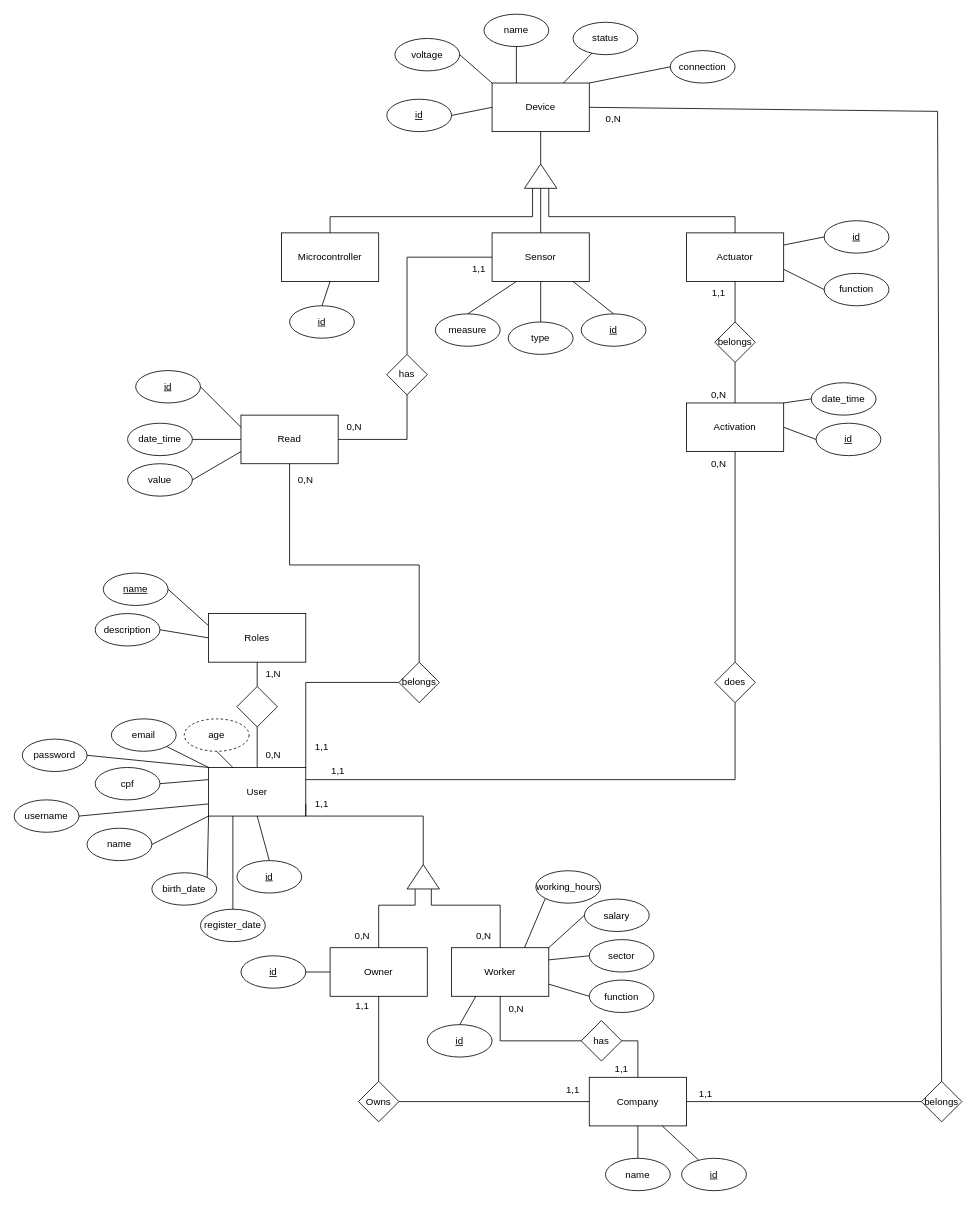
The draw.io diagram ModelagemBD-MM.drawio in Mutznch/MarcosManagements, before the edit. Source tidied: cells renumbered, new cells numbered last; positions are measured from the earlier drawing's top-left corner, leaving out a move shared by most shapes. Both pictures are drawn from the tidied source at 81%, with x=0, y=0 at pixel (14, 14).
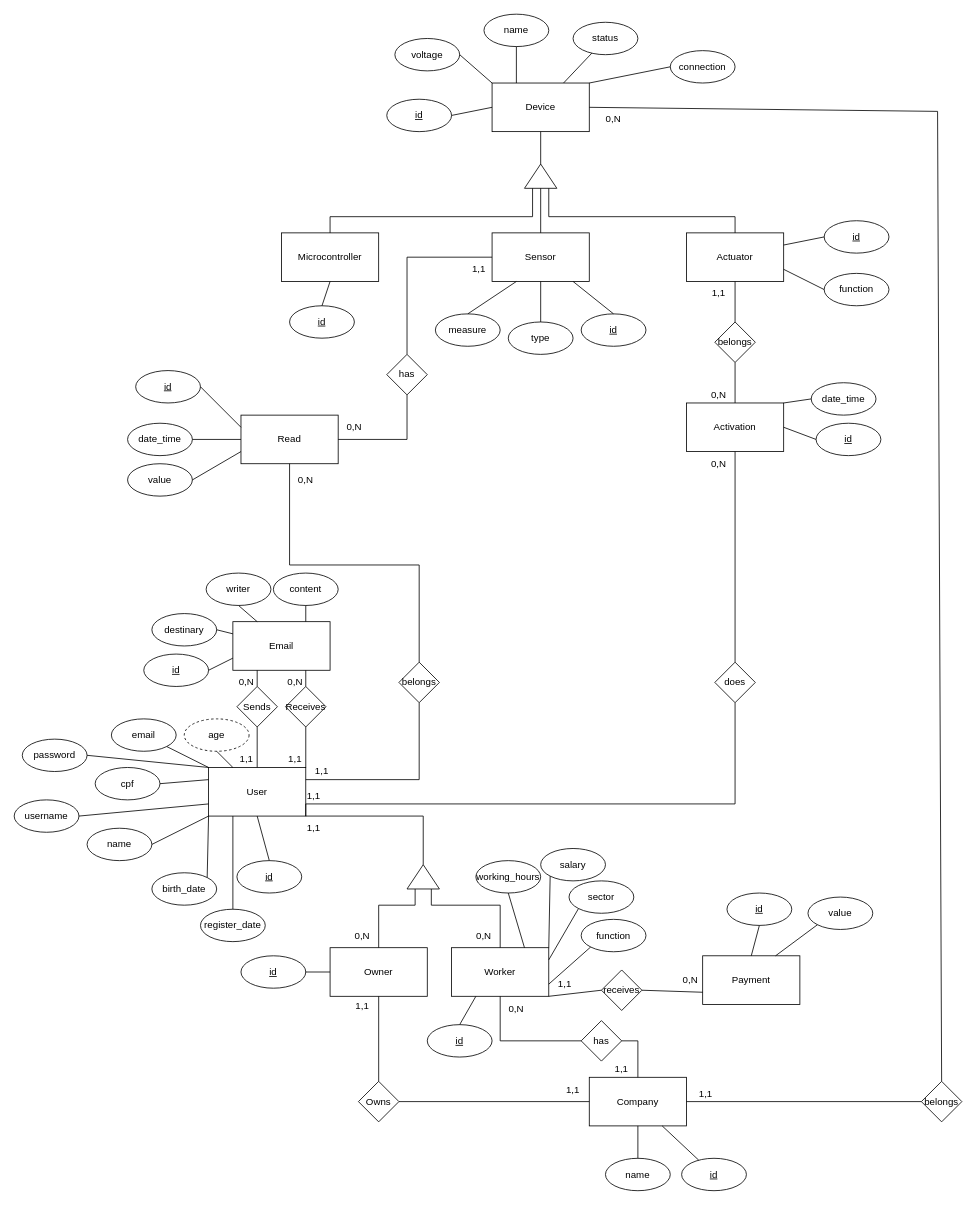
The same diagram, later.

Commit message:
modelo conceitual atualizado

Unchanged cells that the change refers to:
```xml
<mxCell id="2" value="User" style="rounded=0;whiteSpace=wrap;html=1;" parent="1" vertex="1">
  <mxGeometry x="240" y="930" width="120" height="60" as="geometry" />
</mxCell>
<mxCell id="28" value="Worker" style="rounded=0;whiteSpace=wrap;html=1;" parent="1" vertex="1">
  <mxGeometry x="540" y="1152.5" width="120" height="60" as="geometry" />
</mxCell>
<mxCell id="103" value="belongs" style="rhombus;whiteSpace=wrap;html=1;" parent="1" vertex="1">
  <mxGeometry x="475" y="800" width="50" height="50" as="geometry" />
</mxCell>
<mxCell id="106" value="does" style="rhombus;whiteSpace=wrap;html=1;" parent="1" vertex="1">
  <mxGeometry x="865" y="800" width="50" height="50" as="geometry" />
</mxCell>
```

Change to the diagram source:
```diff
@@
-    <mxCell id="3" value="Roles" style="rounded=0;whiteSpace=wrap;html=1;" parent="1" vertex="1">
-      <mxGeometry x="240" y="740" width="120" height="60" as="geometry" />
-    </mxCell>
@@
-    <mxCell id="5" value="&lt;u&gt;name&lt;/u&gt;" style="ellipse;whiteSpace=wrap;html=1;" parent="1" vertex="1">
-      <mxGeometry x="110" y="690" width="80" height="40" as="geometry" />
-    </mxCell>
@@
-    <mxCell id="13" style="rhombus;whiteSpace=wrap;html=1;" parent="1" vertex="1">
-      <mxGeometry x="275" y="830" width="50" height="50" as="geometry" />
-    </mxCell>
-    <mxCell id="14" style="endArrow=none;html=1;rounded=0;exitX=0.5;exitY=0;exitDx=0;exitDy=0;" parent="1" edge="1" source="2">
-      <mxGeometry relative="1" as="geometry">
-        <mxPoint x="300" y="880" as="targetPoint" />
-      </mxGeometry>
-    </mxCell>
-    <mxCell id="15" style="endArrow=none;html=1;rounded=0;exitX=0.5;exitY=0;exitDx=0;exitDy=0;" parent="1" edge="1" source="13">
-      <mxGeometry relative="1" as="geometry">
-        <mxPoint x="300" y="800" as="targetPoint" />
-      </mxGeometry>
-    </mxCell>
@@
-    <mxCell id="17" value="description" style="ellipse;whiteSpace=wrap;html=1;" parent="1" vertex="1">
-      <mxGeometry x="100" y="740" width="80" height="40" as="geometry" />
-    </mxCell>
-    <mxCell id="18" style="endArrow=none;html=1;rounded=0;entryX=1;entryY=0.5;entryDx=0;entryDy=0;exitX=0;exitY=0.5;exitDx=0;exitDy=0;" parent="1" edge="1" source="3" target="17">
-      <mxGeometry relative="1" as="geometry" />
-    </mxCell>
-    <mxCell id="19" style="endArrow=none;html=1;rounded=0;exitX=1;exitY=0.5;exitDx=0;exitDy=0;entryX=0;entryY=0.25;entryDx=0;entryDy=0;" parent="1" edge="1" source="5" target="3">
-      <mxGeometry relative="1" as="geometry" />
-    </mxCell>
@@
-    <mxCell id="26" value="1,N" style="text;html=1;strokeColor=none;fillColor=none;align=center;verticalAlign=middle;whiteSpace=wrap;rounded=0;" parent="1" vertex="1">
-      <mxGeometry x="290" y="800" width="60" height="30" as="geometry" />
-    </mxCell>
-    <mxCell id="27" value="0,N" style="text;html=1;strokeColor=none;fillColor=none;align=center;verticalAlign=middle;whiteSpace=wrap;rounded=0;" parent="1" vertex="1">
-      <mxGeometry x="290" y="900" width="60" height="30" as="geometry" />
-    </mxCell>
@@
     <mxCell id="33" value="function" style="ellipse;whiteSpace=wrap;html=1;" parent="1" vertex="1">
-      <mxGeometry x="710" y="1192.5" width="80" height="40" as="geometry" />
+      <mxGeometry x="700" y="1117.5" width="80" height="40" as="geometry" />
     </mxCell>
     <mxCell id="34" value="sector" style="ellipse;whiteSpace=wrap;html=1;" parent="1" vertex="1">
-      <mxGeometry x="710" y="1142.5" width="80" height="40" as="geometry" />
+      <mxGeometry x="685" y="1070" width="80" height="40" as="geometry" />
     </mxCell>
     <mxCell id="35" value="working_hours" style="ellipse;whiteSpace=wrap;html=1;" parent="1" vertex="1">
-      <mxGeometry x="644" y="1057.5" width="80" height="40" as="geometry" />
+      <mxGeometry x="570" y="1045" width="80" height="40" as="geometry" />
     </mxCell>
@@
     <mxCell id="41" value="salary" style="ellipse;whiteSpace=wrap;html=1;" parent="1" vertex="1">
-      <mxGeometry x="704" y="1092.5" width="80" height="40" as="geometry" />
+      <mxGeometry x="650" y="1030" width="80" height="40" as="geometry" />
     </mxCell>
@@
-    <mxCell id="49" style="endArrow=none;html=1;rounded=0;exitX=0;exitY=1;exitDx=0;exitDy=0;entryX=0.75;entryY=0;entryDx=0;entryDy=0;" parent="1" edge="1" source="35" target="28">
+    <mxCell id="49" style="endArrow=none;html=1;rounded=0;exitX=0.5;exitY=1;exitDx=0;exitDy=0;entryX=0.75;entryY=0;entryDx=0;entryDy=0;" parent="1" edge="1" source="35" target="28">
       <mxGeometry relative="1" as="geometry" />
     </mxCell>
@@
-    <mxCell id="51" style="endArrow=none;html=1;rounded=0;entryX=1;entryY=0.75;entryDx=0;entryDy=0;exitX=0;exitY=0.5;exitDx=0;exitDy=0;" parent="1" edge="1" source="33" target="28">
+    <mxCell id="51" style="endArrow=none;html=1;rounded=0;entryX=1;entryY=0.75;entryDx=0;entryDy=0;exitX=0;exitY=1;exitDx=0;exitDy=0;" parent="1" edge="1" source="33" target="28">
       <mxGeometry relative="1" as="geometry" />
     </mxCell>
-    <mxCell id="52" style="endArrow=none;html=1;rounded=0;entryX=0;entryY=0.5;entryDx=0;entryDy=0;exitX=1;exitY=0.25;exitDx=0;exitDy=0;" parent="1" edge="1" source="28" target="34">
+    <mxCell id="52" style="endArrow=none;html=1;rounded=0;entryX=0;entryY=1;entryDx=0;entryDy=0;exitX=1;exitY=0.25;exitDx=0;exitDy=0;" parent="1" edge="1" source="28" target="34">
       <mxGeometry relative="1" as="geometry" />
     </mxCell>
-    <mxCell id="53" style="endArrow=none;html=1;rounded=0;entryX=0;entryY=0.5;entryDx=0;entryDy=0;exitX=1;exitY=0;exitDx=0;exitDy=0;" parent="1" edge="1" source="28" target="41">
+    <mxCell id="53" style="endArrow=none;html=1;rounded=0;entryX=0;entryY=1;entryDx=0;entryDy=0;exitX=1;exitY=0;exitDx=0;exitDy=0;" parent="1" edge="1" source="28" target="41">
       <mxGeometry relative="1" as="geometry" />
     </mxCell>
     <mxCell id="54" value="1,1" style="text;html=1;strokeColor=none;fillColor=none;align=center;verticalAlign=middle;whiteSpace=wrap;rounded=0;" parent="1" vertex="1">
-      <mxGeometry x="350" y="960" width="60" height="30" as="geometry" />
+      <mxGeometry x="340" y="990" width="60" height="30" as="geometry" />
     </mxCell>
@@
-    <mxCell id="105" style="endArrow=none;html=1;rounded=0;exitX=0;exitY=0.5;exitDx=0;exitDy=0;entryX=1;entryY=0;entryDx=0;entryDy=0;" parent="1" edge="1" source="103" target="2">
+    <mxCell id="105" style="endArrow=none;html=1;rounded=0;exitX=0.5;exitY=1;exitDx=0;exitDy=0;entryX=1;entryY=0.25;entryDx=0;entryDy=0;" parent="1" edge="1" source="103" target="2">
       <mxGeometry relative="1" as="geometry">
         <Array as="points">
-          <mxPoint x="360" y="825" />
+          <mxPoint x="500" y="945" />
         </Array>
       </mxGeometry>
     </mxCell>
@@
-    <mxCell id="108" style="endArrow=none;html=1;rounded=0;exitX=1;exitY=0.25;exitDx=0;exitDy=0;entryX=0.5;entryY=1;entryDx=0;entryDy=0;" parent="1" edge="1" source="2" target="106">
+    <mxCell id="108" style="endArrow=none;html=1;rounded=0;exitX=1;exitY=0.75;exitDx=0;exitDy=0;entryX=0.5;entryY=1;entryDx=0;entryDy=0;" parent="1" edge="1" source="2" target="106">
       <mxGeometry relative="1" as="geometry">
         <Array as="points">
-          <mxPoint x="890" y="945" />
+          <mxPoint x="890" y="975" />
         </Array>
       </mxGeometry>
     </mxCell>
     <mxCell id="109" value="1,1" style="text;html=1;strokeColor=none;fillColor=none;align=center;verticalAlign=middle;whiteSpace=wrap;rounded=0;" parent="1" vertex="1">
-      <mxGeometry x="350" y="890" width="60" height="30" as="geometry" />
+      <mxGeometry x="350" y="920" width="60" height="30" as="geometry" />
     </mxCell>
@@
     <mxCell id="111" value="1,1" style="text;html=1;strokeColor=none;fillColor=none;align=center;verticalAlign=middle;whiteSpace=wrap;rounded=0;" parent="1" vertex="1">
-      <mxGeometry x="370" y="920" width="60" height="30" as="geometry" />
+      <mxGeometry x="340" y="950" width="60" height="30" as="geometry" />
     </mxCell>
@@
+    <mxCell id="135" value="Payment" style="rounded=0;whiteSpace=wrap;html=1;" parent="1" vertex="1">
+      <mxGeometry x="850" y="1162.5" width="120" height="60" as="geometry" />
+    </mxCell>
+    <mxCell id="136" value="&lt;u&gt;id&lt;/u&gt;" style="ellipse;whiteSpace=wrap;html=1;" parent="1" vertex="1">
+      <mxGeometry x="880" y="1085" width="80" height="40" as="geometry" />
+    </mxCell>
+    <mxCell id="137" value="value" style="ellipse;whiteSpace=wrap;html=1;" parent="1" vertex="1">
+      <mxGeometry x="980" y="1090" width="80" height="40" as="geometry" />
+    </mxCell>
+    <mxCell id="138" value="receives" style="rhombus;whiteSpace=wrap;html=1;" parent="1" vertex="1">
+      <mxGeometry x="725" y="1180" width="50" height="50" as="geometry" />
+    </mxCell>
+    <mxCell id="139" style="endArrow=none;html=1;rounded=0;entryX=1;entryY=1;entryDx=0;entryDy=0;exitX=0;exitY=0.5;exitDx=0;exitDy=0;" parent="1" edge="1" source="138" target="28">
+      <mxGeometry relative="1" as="geometry" />
+    </mxCell>
+    <mxCell id="140" style="endArrow=none;html=1;rounded=0;entryX=0;entryY=0.75;entryDx=0;entryDy=0;exitX=1;exitY=0.5;exitDx=0;exitDy=0;" parent="1" edge="1" source="138" target="135">
+      <mxGeometry relative="1" as="geometry" />
+    </mxCell>
+    <mxCell id="141" value="0,N" style="text;html=1;strokeColor=none;fillColor=none;align=center;verticalAlign=middle;whiteSpace=wrap;rounded=0;" parent="1" vertex="1">
+      <mxGeometry x="805" y="1177.5" width="60" height="30" as="geometry" />
+    </mxCell>
+    <mxCell id="142" value="1,1" style="text;html=1;strokeColor=none;fillColor=none;align=center;verticalAlign=middle;whiteSpace=wrap;rounded=0;" parent="1" vertex="1">
+      <mxGeometry x="650" y="1182.5" width="60" height="30" as="geometry" />
+    </mxCell>
+    <mxCell id="143" style="endArrow=none;html=1;rounded=0;entryX=0.5;entryY=1;entryDx=0;entryDy=0;exitX=0.5;exitY=0;exitDx=0;exitDy=0;" parent="1" edge="1" source="135" target="136">
+      <mxGeometry relative="1" as="geometry" />
+    </mxCell>
+    <mxCell id="144" style="endArrow=none;html=1;rounded=0;entryX=0;entryY=1;entryDx=0;entryDy=0;exitX=0.75;exitY=0;exitDx=0;exitDy=0;" parent="1" edge="1" source="135" target="137">
+      <mxGeometry relative="1" as="geometry" />
+    </mxCell>
+    <mxCell id="145" value="Email" style="rounded=0;whiteSpace=wrap;html=1;" parent="1" vertex="1">
+      <mxGeometry x="270" y="750" width="120" height="60" as="geometry" />
+    </mxCell>
+    <mxCell id="146" value="Receives" style="rhombus;whiteSpace=wrap;html=1;" parent="1" vertex="1">
+      <mxGeometry x="335" y="830" width="50" height="50" as="geometry" />
+    </mxCell>
+    <mxCell id="147" value="Sends" style="rhombus;whiteSpace=wrap;html=1;" parent="1" vertex="1">
+      <mxGeometry x="275" y="830" width="50" height="50" as="geometry" />
+    </mxCell>
+    <mxCell id="148" style="endArrow=none;html=1;rounded=0;entryX=0.5;entryY=0;entryDx=0;entryDy=0;exitX=0.5;exitY=1;exitDx=0;exitDy=0;" parent="1" edge="1" source="147" target="2">
+      <mxGeometry relative="1" as="geometry" />
+    </mxCell>
+    <mxCell id="149" style="endArrow=none;html=1;rounded=0;entryX=1;entryY=0;entryDx=0;entryDy=0;" parent="1" edge="1" source="146" target="2">
+      <mxGeometry relative="1" as="geometry" />
+    </mxCell>
+    <mxCell id="150" style="endArrow=none;html=1;rounded=0;entryX=0.25;entryY=1;entryDx=0;entryDy=0;exitX=0.5;exitY=0;exitDx=0;exitDy=0;" parent="1" edge="1" source="147" target="145">
+      <mxGeometry relative="1" as="geometry" />
+    </mxCell>
+    <mxCell id="151" style="endArrow=none;html=1;rounded=0;entryX=0.75;entryY=1;entryDx=0;entryDy=0;exitX=0.5;exitY=0;exitDx=0;exitDy=0;" parent="1" edge="1" source="146" target="145">
+      <mxGeometry relative="1" as="geometry" />
+    </mxCell>
+    <mxCell id="152" value="&lt;u&gt;id&lt;/u&gt;" style="ellipse;whiteSpace=wrap;html=1;" parent="1" vertex="1">
+      <mxGeometry x="160" y="790" width="80" height="40" as="geometry" />
+    </mxCell>
+    <mxCell id="153" value="destinary" style="ellipse;whiteSpace=wrap;html=1;" parent="1" vertex="1">
+      <mxGeometry x="170" y="740" width="80" height="40" as="geometry" />
+    </mxCell>
+    <mxCell id="154" value="writer" style="ellipse;whiteSpace=wrap;html=1;" parent="1" vertex="1">
+      <mxGeometry x="237" y="690" width="80" height="40" as="geometry" />
+    </mxCell>
+    <mxCell id="155" value="content" style="ellipse;whiteSpace=wrap;html=1;" parent="1" vertex="1">
+      <mxGeometry x="320" y="690" width="80" height="40" as="geometry" />
+    </mxCell>
+    <mxCell id="156" style="endArrow=none;html=1;rounded=0;exitX=0.5;exitY=1;exitDx=0;exitDy=0;entryX=0.75;entryY=0;entryDx=0;entryDy=0;" parent="1" edge="1" source="155" target="145">
+      <mxGeometry relative="1" as="geometry" />
+    </mxCell>
+    <mxCell id="157" style="endArrow=none;html=1;rounded=0;exitX=0.5;exitY=1;exitDx=0;exitDy=0;entryX=0.25;entryY=0;entryDx=0;entryDy=0;" parent="1" edge="1" source="154" target="145">
+      <mxGeometry relative="1" as="geometry" />
+    </mxCell>
+    <mxCell id="158" style="endArrow=none;html=1;rounded=0;exitX=1;exitY=0.5;exitDx=0;exitDy=0;entryX=0;entryY=0.25;entryDx=0;entryDy=0;" parent="1" edge="1" source="153" target="145">
+      <mxGeometry relative="1" as="geometry" />
+    </mxCell>
+    <mxCell id="159" style="endArrow=none;html=1;rounded=0;exitX=1;exitY=0.5;exitDx=0;exitDy=0;entryX=0;entryY=0.75;entryDx=0;entryDy=0;" parent="1" edge="1" source="152" target="145">
+      <mxGeometry relative="1" as="geometry" />
+    </mxCell>
+    <mxCell id="160" value="1,1" style="text;html=1;strokeColor=none;fillColor=none;align=center;verticalAlign=middle;whiteSpace=wrap;rounded=0;" parent="1" vertex="1">
+      <mxGeometry x="317" y="905" width="60" height="30" as="geometry" />
+    </mxCell>
+    <mxCell id="161" value="1,1" style="text;html=1;strokeColor=none;fillColor=none;align=center;verticalAlign=middle;whiteSpace=wrap;rounded=0;" parent="1" vertex="1">
+      <mxGeometry x="257" y="905" width="60" height="30" as="geometry" />
+    </mxCell>
+    <mxCell id="162" value="0,N" style="text;html=1;strokeColor=none;fillColor=none;align=center;verticalAlign=middle;whiteSpace=wrap;rounded=0;" parent="1" vertex="1">
+      <mxGeometry x="257" y="810" width="60" height="30" as="geometry" />
+    </mxCell>
+    <mxCell id="163" value="0,N" style="text;html=1;strokeColor=none;fillColor=none;align=center;verticalAlign=middle;whiteSpace=wrap;rounded=0;" parent="1" vertex="1">
+      <mxGeometry x="317" y="810" width="60" height="30" as="geometry" />
+    </mxCell>
```
